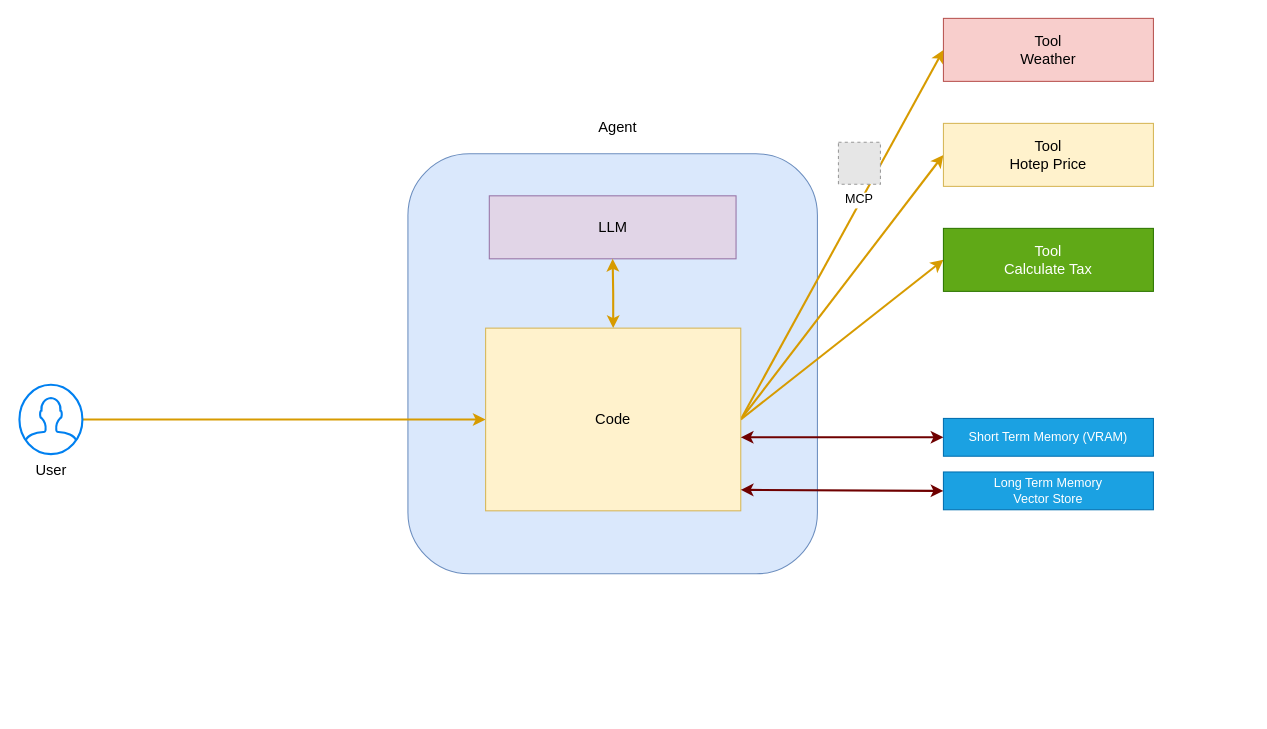
The draw.io diagram page "Page-3" (3 of 3) of Diagram.drawio in vinodrajs001/diagrams, before the edit. Source tidied: cells renumbered, new cells numbered last; positions are measured from the earlier drawing's top-left corner, leaving out a move shared by most shapes. Both pictures are drawn from the tidied source at 105%, with x=0, y=0 at pixel (19, 18). Pictures stored in the file or linked from it are replaced by grey dashed boxes.
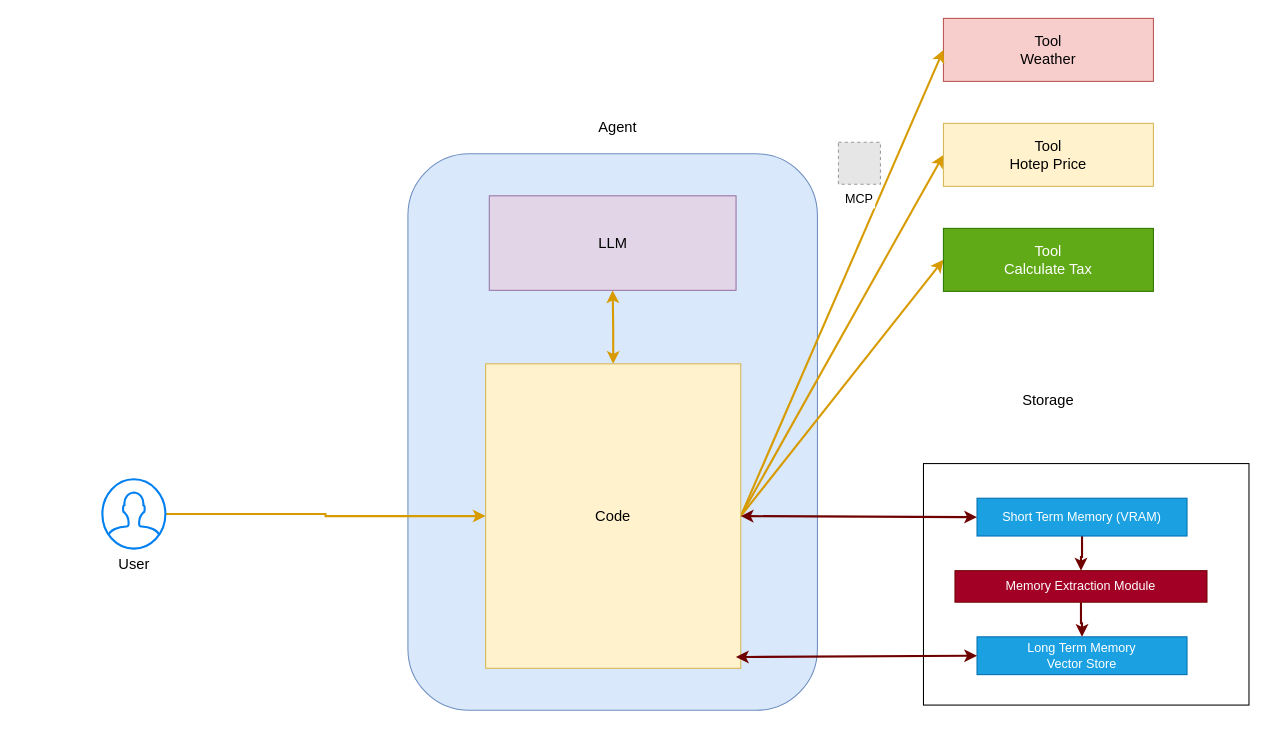
Above is the later version.

What changed in the source:
```diff
@@
+    <mxCell id="20" style="rounded=0;whiteSpace=wrap;html=1;" parent="1" vertex="1">
+      <mxGeometry x="861" y="424" width="310" height="230" as="geometry" />
+    </mxCell>
     <mxCell id="2" style="rounded=1;whiteSpace=wrap;html=1;fillColor=#dae8fc;strokeColor=#6c8ebf;" parent="1" vertex="1">
-      <mxGeometry x="370" y="129" width="390" height="400" as="geometry" />
+      <mxGeometry x="370" y="129" width="390" height="530" as="geometry" />
     </mxCell>
@@
     <mxCell id="4" value="LLM" style="rounded=0;whiteSpace=wrap;html=1;fontSize=14;fillColor=#e1d5e7;strokeColor=#9673a6;" parent="1" vertex="1">
-      <mxGeometry x="447.5" y="169" width="235" height="60" as="geometry" />
+      <mxGeometry x="447.5" y="169" width="235" height="90" as="geometry" />
     </mxCell>
@@
     <mxCell id="6" value="User" style="html=1;verticalLabelPosition=bottom;align=center;labelBackgroundColor=#ffffff;verticalAlign=top;strokeWidth=2;strokeColor=#0080F0;shadow=0;dashed=0;shape=mxgraph.ios7.icons.user;fontSize=14;" parent="1" vertex="1">
-      <mxGeometry y="349" width="60" height="66" as="geometry" />
+      <mxGeometry x="79" y="439" width="60" height="66" as="geometry" />
     </mxCell>
@@
     <mxCell id="12" value="Code" style="rounded=0;whiteSpace=wrap;html=1;fontSize=14;fillColor=#fff2cc;strokeColor=#d6b656;" parent="1" vertex="1">
-      <mxGeometry x="444" y="295" width="243" height="174" as="geometry" />
+      <mxGeometry x="444" y="329" width="243" height="290" as="geometry" />
     </mxCell>
@@
+    <mxCell id="21" style="edgeStyle=orthogonalEdgeStyle;rounded=0;jettySize=auto;html=1;strokeWidth=2;fillColor=#a20025;strokeColor=#6F0000;" parent="1" edge="1" source="16" target="23">
+      <mxGeometry relative="1" as="geometry" />
+    </mxCell>
     <mxCell id="16" value="Short Term Memory (VRAM)" style="rounded=0;whiteSpace=wrap;html=1;fillColor=#1ba1e2;fontColor=#ffffff;strokeColor=#006EAF;" parent="1" vertex="1">
-      <mxGeometry x="880" y="381" width="200" height="36" as="geometry" />
+      <mxGeometry x="912" y="457" width="200" height="36" as="geometry" />
     </mxCell>
     <mxCell id="17" value="Long Term Memory&lt;div&gt;Vector Store&lt;/div&gt;" style="rounded=0;whiteSpace=wrap;html=1;fillColor=#1ba1e2;fontColor=#ffffff;strokeColor=#006EAF;" parent="1" vertex="1">
-      <mxGeometry x="880" y="432" width="200" height="36" as="geometry" />
+      <mxGeometry x="912" y="589" width="200" height="36" as="geometry" />
     </mxCell>
-    <mxCell id="18" style="endArrow=classic;html=1;rounded=0;entryX=0;entryY=0.5;entryDx=0;entryDy=0;strokeWidth=2;fillColor=#a20025;strokeColor=#6F0000;startArrow=classic;startFill=1;" parent="1" edge="1" target="16">
-      <mxGeometry relative="1" as="geometry">
-        <mxPoint x="687" y="399" as="sourcePoint" />
-      </mxGeometry>
+    <mxCell id="18" style="endArrow=classic;html=1;rounded=0;entryX=0;entryY=0.5;entryDx=0;entryDy=0;strokeWidth=2;fillColor=#a20025;strokeColor=#6F0000;startArrow=classic;startFill=1;exitX=1;exitY=0.5;exitDx=0;exitDy=0;" parent="1" edge="1" source="12" target="16">
+      <mxGeometry relative="1" as="geometry" />
     </mxCell>
-    <mxCell id="19" style="endArrow=classic;html=1;rounded=0;entryX=0;entryY=0.5;entryDx=0;entryDy=0;strokeWidth=2;fillColor=#a20025;strokeColor=#6F0000;startArrow=classic;startFill=1;" parent="1" edge="1" target="17">
-      <mxGeometry relative="1" as="geometry">
-        <mxPoint x="687" y="449" as="sourcePoint" />
-      </mxGeometry>
+    <mxCell id="19" style="endArrow=classic;html=1;rounded=0;entryX=0;entryY=0.5;entryDx=0;entryDy=0;strokeWidth=2;fillColor=#a20025;strokeColor=#6F0000;startArrow=classic;startFill=1;exitX=0.981;exitY=0.963;exitDx=0;exitDy=0;exitPerimeter=0;" parent="1" edge="1" source="12" target="17">
+      <mxGeometry relative="1" as="geometry" />
     </mxCell>
+    <mxCell id="22" style="edgeStyle=orthogonalEdgeStyle;rounded=0;jettySize=auto;html=1;entryX=0.5;entryY=0;entryDx=0;entryDy=0;strokeWidth=2;fillColor=#a20025;strokeColor=#6F0000;" parent="1" edge="1" source="23" target="17">
+      <mxGeometry relative="1" as="geometry" />
+    </mxCell>
+    <mxCell id="23" value="Memory Extraction Module" style="rounded=0;whiteSpace=wrap;html=1;fillColor=#a20025;fontColor=#ffffff;strokeColor=#6F0000;" parent="1" vertex="1">
+      <mxGeometry x="891" y="526" width="240" height="30" as="geometry" />
+    </mxCell>
+    <mxCell id="24" value="Storage" style="text;html=1;whiteSpace=wrap;strokeColor=none;fillColor=none;align=center;verticalAlign=middle;rounded=0;fontSize=14;" parent="1" vertex="1">
+      <mxGeometry x="950" y="349" width="60" height="30" as="geometry" />
+    </mxCell>
```
